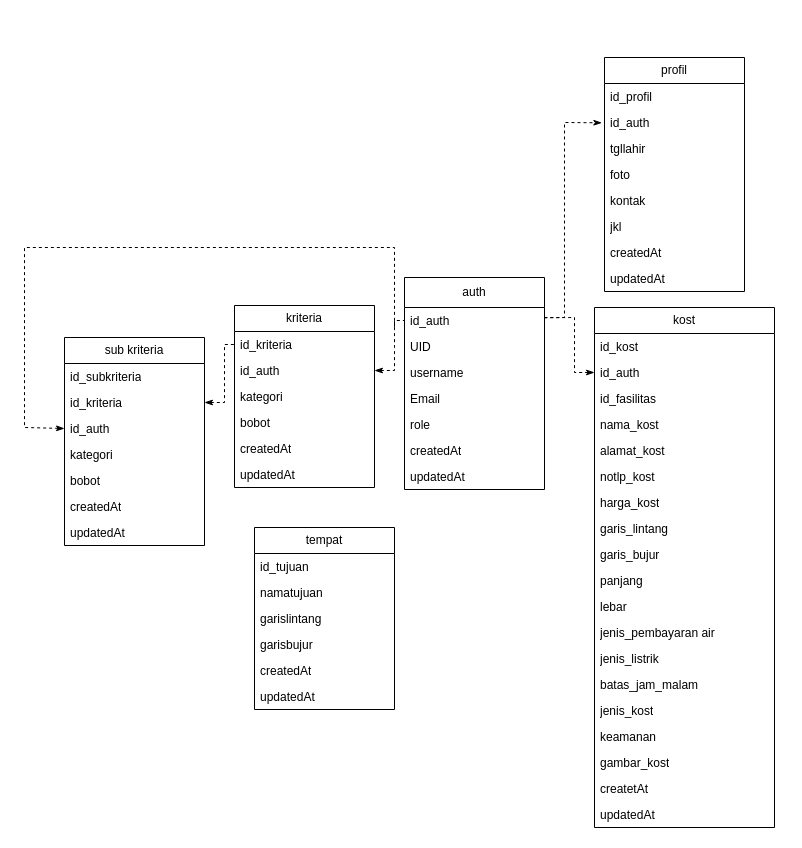
HANNN-YOLO/skripsi keeps this draw.io diagram as page "Class Diagram" (1 of 2) of drawio/class digaram.drawio. Above is the earlier version. Source tidied: cells renumbered, new cells numbered last; positions are measured from the earlier drawing's top-left corner, leaving out a move shared by most shapes. Both pictures are drawn from the tidied source at 100%, with x=0, y=0 at pixel (24, 57).
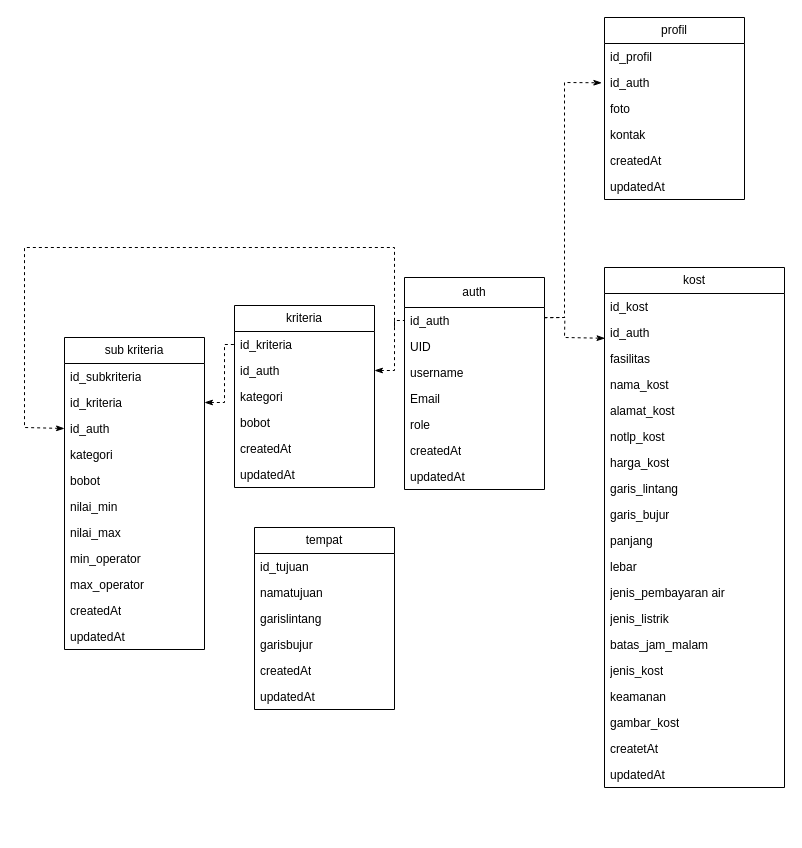
After the change.

The change refers to these unchanged cells:
```xml
<mxCell id="3" value="id_auth&amp;nbsp;&lt;div&gt;&lt;br&gt;&lt;/div&gt;" style="text;strokeColor=none;fillColor=none;align=left;verticalAlign=top;spacingLeft=4;spacingRight=4;overflow=hidden;points=[[0,0.5],[1,0.5]];portConstraint=eastwest;whiteSpace=wrap;html=1;" parent="2" vertex="1">
  <mxGeometry y="30" width="140" height="26" as="geometry" />
</mxCell>
<mxCell id="12" value="id_auth" style="text;strokeColor=none;fillColor=none;align=left;verticalAlign=top;spacingLeft=4;spacingRight=4;overflow=hidden;points=[[0,0.5],[1,0.5]];portConstraint=eastwest;whiteSpace=wrap;html=1;" parent="10" vertex="1">
  <mxGeometry y="52" width="140" height="26" as="geometry" />
</mxCell>
<mxCell id="21" value="id_auth" style="text;strokeColor=none;fillColor=none;align=left;verticalAlign=top;spacingLeft=4;spacingRight=4;overflow=hidden;points=[[0,0.5],[1,0.5]];portConstraint=eastwest;whiteSpace=wrap;html=1;" parent="19" vertex="1">
  <mxGeometry y="52" width="180" height="26" as="geometry" />
</mxCell>
```

Diff of the diagram source:
```diff
@@
     <mxCell id="10" value="profil" style="swimlane;fontStyle=0;horizontal=1;startSize=26;fillColor=none;whiteSpace=wrap;html=1;" parent="1" vertex="1">
-      <mxGeometry x="580" width="140" height="234" as="geometry" />
+      <mxGeometry x="580" y="-40" width="140" height="182" as="geometry" />
     </mxCell>
@@
-    <mxCell id="13" value="tgllahir&amp;nbsp;&amp;nbsp;" style="text;strokeColor=none;fillColor=none;align=left;verticalAlign=top;spacingLeft=4;spacingRight=4;overflow=hidden;whiteSpace=wrap;html=1;" parent="10" vertex="1">
-      <mxGeometry y="78" width="140" height="26" as="geometry" />
-    </mxCell>
     <mxCell id="14" value="foto&amp;nbsp;" style="text;strokeColor=none;fillColor=none;align=left;verticalAlign=top;spacingLeft=4;spacingRight=4;overflow=hidden;whiteSpace=wrap;html=1;" parent="10" vertex="1">
-      <mxGeometry y="104" width="140" height="26" as="geometry" />
+      <mxGeometry y="78" width="140" height="26" as="geometry" />
     </mxCell>
     <mxCell id="15" value="kontak&amp;nbsp;" style="text;strokeColor=none;fillColor=none;align=left;verticalAlign=top;spacingLeft=4;spacingRight=4;overflow=hidden;whiteSpace=wrap;html=1;" parent="10" vertex="1">
-      <mxGeometry y="130" width="140" height="26" as="geometry" />
+      <mxGeometry y="104" width="140" height="26" as="geometry" />
     </mxCell>
-    <mxCell id="16" value="jkl" style="text;strokeColor=none;fillColor=none;align=left;verticalAlign=top;spacingLeft=4;spacingRight=4;overflow=hidden;whiteSpace=wrap;html=1;" parent="10" vertex="1">
-      <mxGeometry y="156" width="140" height="26" as="geometry" />
-    </mxCell>
     <mxCell id="17" value="createdAt&amp;nbsp;&lt;div&gt;&lt;br&gt;&lt;/div&gt;" style="text;strokeColor=none;fillColor=none;align=left;verticalAlign=top;spacingLeft=4;spacingRight=4;overflow=hidden;whiteSpace=wrap;html=1;" parent="10" vertex="1">
-      <mxGeometry y="182" width="140" height="26" as="geometry" />
+      <mxGeometry y="130" width="140" height="26" as="geometry" />
     </mxCell>
     <mxCell id="18" value="updatedAt&amp;nbsp;" style="text;strokeColor=none;fillColor=none;align=left;verticalAlign=top;spacingLeft=4;spacingRight=4;overflow=hidden;whiteSpace=wrap;html=1;" parent="10" vertex="1">
-      <mxGeometry y="208" width="140" height="26" as="geometry" />
+      <mxGeometry y="156" width="140" height="26" as="geometry" />
     </mxCell>
     <mxCell id="19" value="kost" style="swimlane;fontStyle=0;horizontal=1;startSize=26;fillColor=none;whiteSpace=wrap;html=1;" parent="1" vertex="1">
-      <mxGeometry x="570" y="250" width="180" height="520" as="geometry" />
+      <mxGeometry x="580" y="210" width="180" height="520" as="geometry" />
     </mxCell>
@@
-    <mxCell id="22" value="id_fasilitas" style="text;strokeColor=none;fillColor=none;align=left;verticalAlign=top;spacingLeft=4;spacingRight=4;overflow=hidden;whiteSpace=wrap;html=1;" parent="19" vertex="1">
+    <mxCell id="22" value="fasilitas" style="text;strokeColor=none;fillColor=none;align=left;verticalAlign=top;spacingLeft=4;spacingRight=4;overflow=hidden;whiteSpace=wrap;html=1;" parent="19" vertex="1">
       <mxGeometry y="78" width="180" height="26" as="geometry" />
     </mxCell>
@@
     <mxCell id="46" value="sub kriteria" style="swimlane;fontStyle=0;horizontal=1;startSize=26;fillColor=none;whiteSpace=wrap;html=1;" parent="1" vertex="1">
-      <mxGeometry x="40" y="280" width="140" height="208" as="geometry" />
+      <mxGeometry x="40" y="280" width="140" height="312" as="geometry" />
     </mxCell>
@@
+    <mxCell id="66" value="nilai_min" style="text;strokeColor=none;fillColor=none;align=left;verticalAlign=top;spacingLeft=4;spacingRight=4;overflow=hidden;whiteSpace=wrap;html=1;" parent="46" vertex="1">
+      <mxGeometry y="156" width="140" height="26" as="geometry" />
+    </mxCell>
+    <mxCell id="67" value="nilai_max&lt;div&gt;&lt;br&gt;&lt;/div&gt;" style="text;strokeColor=none;fillColor=none;align=left;verticalAlign=top;spacingLeft=4;spacingRight=4;overflow=hidden;whiteSpace=wrap;html=1;" parent="46" vertex="1">
+      <mxGeometry y="182" width="140" height="26" as="geometry" />
+    </mxCell>
+    <mxCell id="68" value="min_operator" style="text;strokeColor=none;fillColor=none;align=left;verticalAlign=top;spacingLeft=4;spacingRight=4;overflow=hidden;whiteSpace=wrap;html=1;" parent="46" vertex="1">
+      <mxGeometry y="208" width="140" height="26" as="geometry" />
+    </mxCell>
+    <mxCell id="69" value="max_operator" style="text;strokeColor=none;fillColor=none;align=left;verticalAlign=top;spacingLeft=4;spacingRight=4;overflow=hidden;whiteSpace=wrap;html=1;" parent="46" vertex="1">
+      <mxGeometry y="234" width="140" height="26" as="geometry" />
+    </mxCell>
     <mxCell id="52" value="createdAt" style="text;strokeColor=none;fillColor=none;align=left;verticalAlign=top;spacingLeft=4;spacingRight=4;overflow=hidden;whiteSpace=wrap;html=1;" parent="46" vertex="1">
-      <mxGeometry y="156" width="140" height="26" as="geometry" />
+      <mxGeometry y="260" width="140" height="26" as="geometry" />
     </mxCell>
     <mxCell id="53" value="updatedAt" style="text;strokeColor=none;fillColor=none;align=left;verticalAlign=top;spacingLeft=4;spacingRight=4;overflow=hidden;whiteSpace=wrap;html=1;" parent="46" vertex="1">
-      <mxGeometry y="182" width="140" height="26" as="geometry" />
+      <mxGeometry y="286" width="140" height="26" as="geometry" />
     </mxCell>
@@
     <mxCell id="55" style="endArrow=classicThin;dashed=1;html=1;rounded=0;entryX=-0.019;entryY=0.512;entryDx=0;entryDy=0;entryPerimeter=0;endFill=1;" parent="1" edge="1" target="12">
       <mxGeometry relative="1" as="geometry">
         <mxPoint x="520" y="260" as="sourcePoint" />
         <Array as="points">
           <mxPoint x="540" y="260" />
-          <mxPoint x="540" y="65" />
+          <mxPoint x="540" y="25" />
         </Array>
       </mxGeometry>
     </mxCell>
-    <mxCell id="56" style="endArrow=none;dashed=1;html=1;rounded=0;exitX=0;exitY=0.5;exitDx=0;exitDy=0;entryX=0.997;entryY=0.398;entryDx=0;entryDy=0;entryPerimeter=0;startArrow=classicThin;startFill=1;" parent="1" edge="1" source="21" target="3">
+    <mxCell id="56" style="endArrow=none;dashed=1;html=1;rounded=0;entryX=0.997;entryY=0.398;entryDx=0;entryDy=0;entryPerimeter=0;startArrow=classicThin;startFill=1;exitX=0.003;exitY=0.723;exitDx=0;exitDy=0;exitPerimeter=0;" parent="1" edge="1" source="21">
       <mxGeometry relative="1" as="geometry">
+        <mxPoint x="520" y="260.3" as="targetPoint" />
         <Array as="points">
-          <mxPoint x="550" y="315" />
-          <mxPoint x="550" y="260" />
+          <mxPoint x="540" y="280" />
+          <mxPoint x="540.4" y="260" />
         </Array>
       </mxGeometry>
     </mxCell>
```
